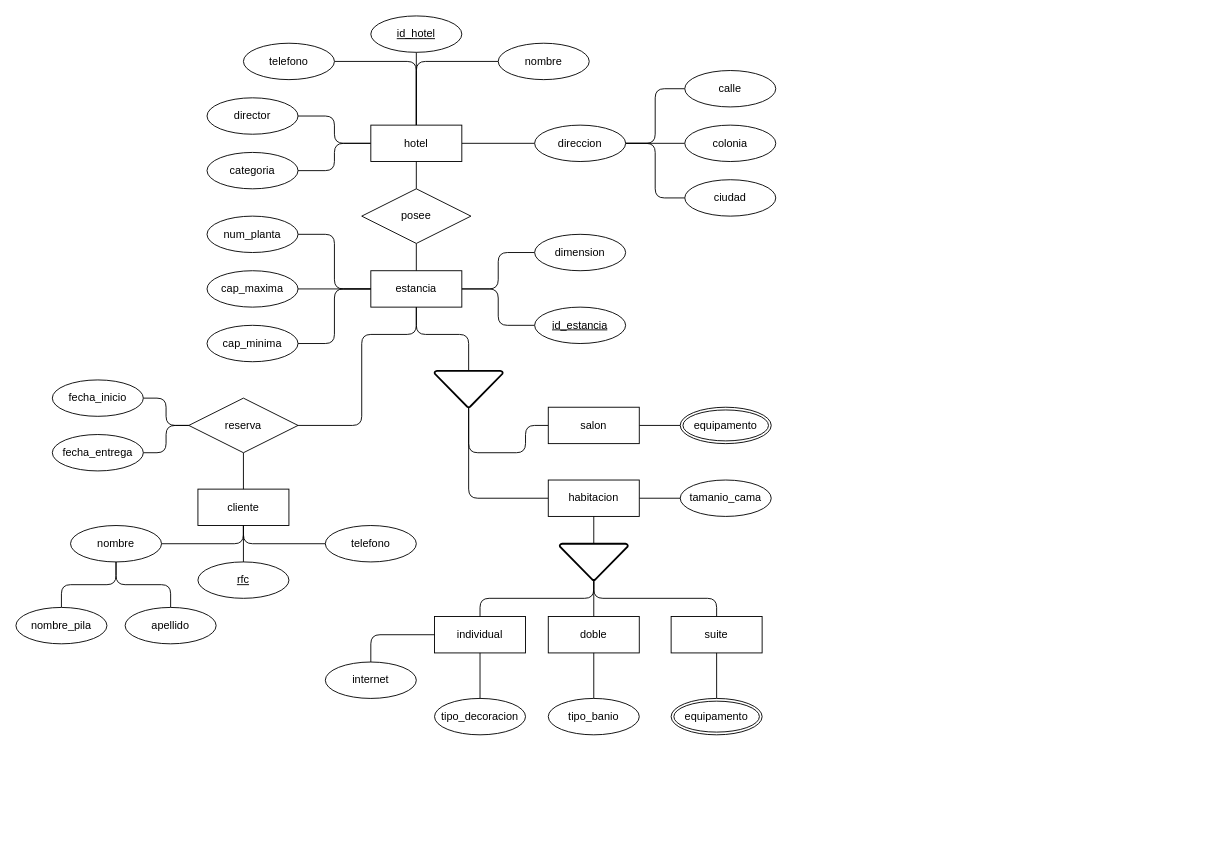
The draw.io diagram Activity-2.8.drawio in xmr-p/DatabaseCharts, before the edit. Source tidied: cells renumbered, new cells numbered last; positions are measured from the earlier drawing's top-left corner, leaving out a move shared by most shapes. Both pictures are drawn from the tidied source at 91%, with x=0, y=0 at pixel (15, 15).
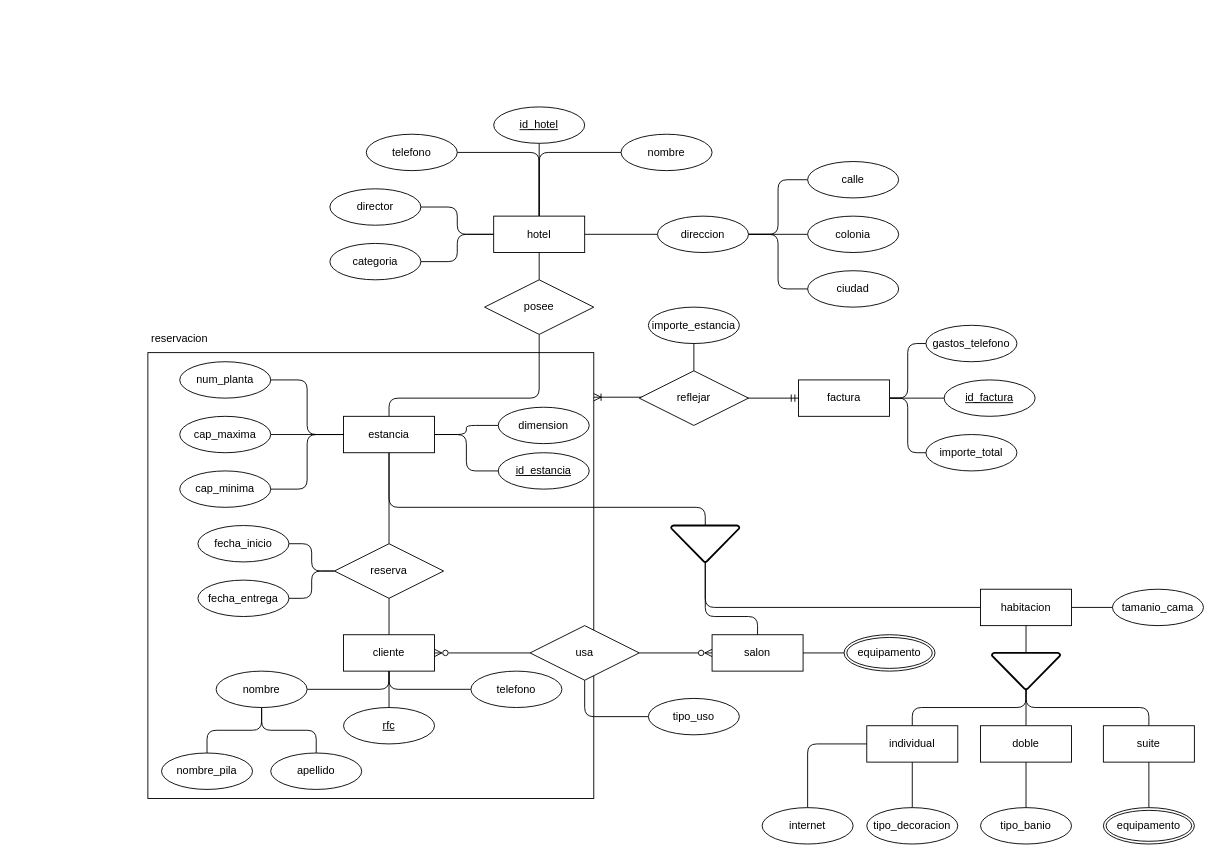
Above is the later version.

The edit, as a diff of the source:
```diff
@@
     <mxCell id="6" style="edgeStyle=orthogonalEdgeStyle;rounded=1;jettySize=auto;html=1;exitX=0.5;exitY=0;exitDx=0;exitDy=0;entryX=0.5;entryY=1;entryDx=0;entryDy=0;endArrow=none;endFill=0;curved=0;" parent="1" edge="1" source="8">
       <mxGeometry relative="1" as="geometry">
-        <mxPoint x="440" y="40" as="targetPoint" />
+        <mxPoint x="575" y="140" as="targetPoint" />
       </mxGeometry>
     </mxCell>
@@
     <mxCell id="8" value="hotel" style="whiteSpace=wrap;html=1;align=center;" parent="1" vertex="1">
-      <mxGeometry x="390" y="120" width="100" height="40" as="geometry" />
+      <mxGeometry x="525" y="220" width="100" height="40" as="geometry" />
     </mxCell>
     <mxCell id="9" value="id_hotel" style="ellipse;whiteSpace=wrap;html=1;align=center;fontStyle=4;" parent="1" vertex="1">
-      <mxGeometry x="390" width="100" height="40" as="geometry" />
+      <mxGeometry x="525" y="100" width="100" height="40" as="geometry" />
     </mxCell>
     <mxCell id="10" value="categoria" style="ellipse;whiteSpace=wrap;html=1;align=center;" parent="1" vertex="1">
-      <mxGeometry x="210" y="150" width="100" height="40" as="geometry" />
+      <mxGeometry x="345" y="250" width="100" height="40" as="geometry" />
     </mxCell>
     <mxCell id="11" value="director" style="ellipse;whiteSpace=wrap;html=1;align=center;" parent="1" vertex="1">
-      <mxGeometry x="210" y="90" width="100" height="40" as="geometry" />
+      <mxGeometry x="345" y="190" width="100" height="40" as="geometry" />
     </mxCell>
@@
     <mxCell id="15" value="direccion" style="ellipse;whiteSpace=wrap;html=1;align=center;" parent="1" vertex="1">
-      <mxGeometry x="570" y="120" width="100" height="40" as="geometry" />
+      <mxGeometry x="705" y="220" width="100" height="40" as="geometry" />
     </mxCell>
     <mxCell id="16" value="nombre" style="ellipse;whiteSpace=wrap;html=1;align=center;" parent="1" vertex="1">
-      <mxGeometry x="530" y="30" width="100" height="40" as="geometry" />
+      <mxGeometry x="665" y="130" width="100" height="40" as="geometry" />
     </mxCell>
     <mxCell id="17" value="telefono" style="ellipse;whiteSpace=wrap;html=1;align=center;" parent="1" vertex="1">
-      <mxGeometry x="250" y="30" width="100" height="40" as="geometry" />
+      <mxGeometry x="385" y="130" width="100" height="40" as="geometry" />
     </mxCell>
     <mxCell id="18" value="ciudad" style="ellipse;whiteSpace=wrap;html=1;align=center;" parent="1" vertex="1">
-      <mxGeometry x="735" y="180" width="100" height="40" as="geometry" />
+      <mxGeometry x="870" y="280" width="100" height="40" as="geometry" />
     </mxCell>
     <mxCell id="19" value="colonia" style="ellipse;whiteSpace=wrap;html=1;align=center;" parent="1" vertex="1">
-      <mxGeometry x="735" y="120" width="100" height="40" as="geometry" />
+      <mxGeometry x="870" y="220" width="100" height="40" as="geometry" />
     </mxCell>
     <mxCell id="20" value="calle" style="ellipse;whiteSpace=wrap;html=1;align=center;" parent="1" vertex="1">
-      <mxGeometry x="735" y="60" width="100" height="40" as="geometry" />
+      <mxGeometry x="870" y="160" width="100" height="40" as="geometry" />
     </mxCell>
@@
+    <mxCell id="79" style="edgeStyle=orthogonalEdgeStyle;rounded=1;jettySize=auto;html=1;exitX=0.5;exitY=1;exitDx=0;exitDy=0;entryX=0.5;entryY=0;entryDx=0;entryDy=0;endArrow=none;endFill=0;curved=0;" parent="1" edge="1" source="23" target="64">
+      <mxGeometry relative="1" as="geometry" />
+    </mxCell>
     <mxCell id="23" value="estancia" style="whiteSpace=wrap;html=1;align=center;" parent="1" vertex="1">
-      <mxGeometry x="390" y="280" width="100" height="40" as="geometry" />
+      <mxGeometry x="360" y="440" width="100" height="40" as="geometry" />
     </mxCell>
@@
     <mxCell id="25" style="edgeStyle=orthogonalEdgeStyle;rounded=1;jettySize=auto;html=1;exitX=0.5;exitY=1;exitDx=0;exitDy=0;entryX=0.5;entryY=0;entryDx=0;entryDy=0;endArrow=none;endFill=0;curved=0;" parent="1" edge="1" source="26" target="23">
-      <mxGeometry relative="1" as="geometry" />
+      <mxGeometry relative="1" as="geometry">
+        <Array as="points">
+          <mxPoint x="575" y="420" />
+          <mxPoint x="410" y="420" />
+        </Array>
+      </mxGeometry>
     </mxCell>
     <mxCell id="26" value="posee" style="shape=rhombus;perimeter=rhombusPerimeter;whiteSpace=wrap;html=1;align=center;" parent="1" vertex="1">
-      <mxGeometry x="380" y="190" width="120" height="60" as="geometry" />
+      <mxGeometry x="515" y="290" width="120" height="60" as="geometry" />
     </mxCell>
     <mxCell id="27" value="id_estancia" style="ellipse;whiteSpace=wrap;html=1;align=center;fontStyle=4;" parent="1" vertex="1">
-      <mxGeometry x="570" y="320" width="100" height="40" as="geometry" />
+      <mxGeometry x="530" y="480" width="100" height="40" as="geometry" />
     </mxCell>
     <mxCell id="28" value="dimension" style="ellipse;whiteSpace=wrap;html=1;align=center;" parent="1" vertex="1">
-      <mxGeometry x="570" y="240" width="100" height="40" as="geometry" />
+      <mxGeometry x="530" y="430" width="100" height="40" as="geometry" />
     </mxCell>
     <mxCell id="29" value="tamanio_cama" style="ellipse;whiteSpace=wrap;html=1;align=center;" parent="1" vertex="1">
-      <mxGeometry x="730" y="510" width="100" height="40" as="geometry" />
+      <mxGeometry x="1205" y="630" width="100" height="40" as="geometry" />
     </mxCell>
@@
     <mxCell id="31" value="num_planta" style="ellipse;whiteSpace=wrap;html=1;align=center;" parent="1" vertex="1">
-      <mxGeometry x="210" y="220" width="100" height="40" as="geometry" />
+      <mxGeometry x="180" y="380" width="100" height="40" as="geometry" />
     </mxCell>
@@
     <mxCell id="33" value="cap_minima" style="ellipse;whiteSpace=wrap;html=1;align=center;" parent="1" vertex="1">
-      <mxGeometry x="210" y="340" width="100" height="40" as="geometry" />
+      <mxGeometry x="180" y="500" width="100" height="40" as="geometry" />
     </mxCell>
@@
     <mxCell id="35" value="cap_maxima" style="ellipse;whiteSpace=wrap;html=1;align=center;" parent="1" vertex="1">
-      <mxGeometry x="210" y="280" width="100" height="40" as="geometry" />
+      <mxGeometry x="180" y="440" width="100" height="40" as="geometry" />
     </mxCell>
@@
-    <mxCell id="37" style="edgeStyle=orthogonalEdgeStyle;rounded=1;jettySize=auto;html=1;exitX=0.5;exitY=1;exitDx=0;exitDy=0;exitPerimeter=0;entryX=0;entryY=0.5;entryDx=0;entryDy=0;curved=0;endArrow=none;endFill=0;" parent="1" edge="1" source="38" target="43">
-      <mxGeometry relative="1" as="geometry">
-        <Array as="points">
-          <mxPoint x="498" y="480" />
-          <mxPoint x="560" y="480" />
-          <mxPoint x="560" y="450" />
-        </Array>
-      </mxGeometry>
-    </mxCell>
     <mxCell id="38" style="strokeWidth=2;html=1;shape=mxgraph.flowchart.merge_or_storage;whiteSpace=wrap;" parent="1" vertex="1">
-      <mxGeometry x="460" y="390" width="75" height="40" as="geometry" />
+      <mxGeometry x="720" y="560" width="75" height="40" as="geometry" />
     </mxCell>
-    <mxCell id="39" style="edgeStyle=orthogonalEdgeStyle;rounded=1;jettySize=auto;html=1;exitX=0.5;exitY=1;exitDx=0;exitDy=0;entryX=0.5;entryY=0;entryDx=0;entryDy=0;entryPerimeter=0;curved=0;endArrow=none;endFill=0;" parent="1" edge="1" source="23" target="38">
-      <mxGeometry relative="1" as="geometry">
-        <Array as="points">
-          <mxPoint x="440" y="350" />
-          <mxPoint x="498" y="350" />
-        </Array>
-      </mxGeometry>
-    </mxCell>
@@
     <mxCell id="41" value="habitacion" style="whiteSpace=wrap;html=1;align=center;" parent="1" vertex="1">
-      <mxGeometry x="585" y="510" width="100" height="40" as="geometry" />
+      <mxGeometry x="1060" y="630" width="100" height="40" as="geometry" />
     </mxCell>
@@
     <mxCell id="43" value="salon" style="whiteSpace=wrap;html=1;align=center;" parent="1" vertex="1">
-      <mxGeometry x="585" y="430" width="100" height="40" as="geometry" />
+      <mxGeometry x="765" y="680" width="100" height="40" as="geometry" />
     </mxCell>
     <mxCell id="44" value="equipamento" style="ellipse;shape=doubleEllipse;margin=3;whiteSpace=wrap;html=1;align=center;" parent="1" vertex="1">
-      <mxGeometry x="730" y="430" width="100" height="40" as="geometry" />
+      <mxGeometry x="910" y="680" width="100" height="40" as="geometry" />
     </mxCell>
@@
     <mxCell id="48" style="strokeWidth=2;html=1;shape=mxgraph.flowchart.merge_or_storage;whiteSpace=wrap;" parent="1" vertex="1">
-      <mxGeometry x="597.5" y="580" width="75" height="40" as="geometry" />
+      <mxGeometry x="1072.5" y="700" width="75" height="40" as="geometry" />
     </mxCell>
     <mxCell id="49" value="individual" style="whiteSpace=wrap;html=1;align=center;" parent="1" vertex="1">
-      <mxGeometry x="460" y="660" width="100" height="40" as="geometry" />
+      <mxGeometry x="935" y="780" width="100" height="40" as="geometry" />
     </mxCell>
     <mxCell id="50" value="suite" style="whiteSpace=wrap;html=1;align=center;" parent="1" vertex="1">
-      <mxGeometry x="720" y="660" width="100" height="40" as="geometry" />
+      <mxGeometry x="1195" y="780" width="100" height="40" as="geometry" />
     </mxCell>
     <mxCell id="51" value="doble" style="whiteSpace=wrap;html=1;align=center;" parent="1" vertex="1">
-      <mxGeometry x="585" y="660" width="100" height="40" as="geometry" />
+      <mxGeometry x="1060" y="780" width="100" height="40" as="geometry" />
     </mxCell>
@@
     <mxCell id="54" value="equipamento" style="ellipse;shape=doubleEllipse;margin=3;whiteSpace=wrap;html=1;align=center;" parent="1" vertex="1">
-      <mxGeometry x="720" y="750" width="100" height="40" as="geometry" />
+      <mxGeometry x="1195" y="870" width="100" height="40" as="geometry" />
     </mxCell>
@@
     <mxCell id="56" value="internet" style="ellipse;whiteSpace=wrap;html=1;align=center;" parent="1" vertex="1">
-      <mxGeometry x="340" y="710" width="100" height="40" as="geometry" />
+      <mxGeometry x="820" y="870" width="100" height="40" as="geometry" />
     </mxCell>
@@
     <mxCell id="58" value="tipo_decoracion" style="ellipse;whiteSpace=wrap;html=1;align=center;" parent="1" vertex="1">
-      <mxGeometry x="460" y="750" width="100" height="40" as="geometry" />
+      <mxGeometry x="935" y="870" width="100" height="40" as="geometry" />
     </mxCell>
@@
     <mxCell id="60" value="tipo_banio" style="ellipse;whiteSpace=wrap;html=1;align=center;" parent="1" vertex="1">
-      <mxGeometry x="585" y="750" width="100" height="40" as="geometry" />
+      <mxGeometry x="1060" y="870" width="100" height="40" as="geometry" />
     </mxCell>
     <mxCell id="61" value="cliente" style="whiteSpace=wrap;html=1;align=center;" parent="1" vertex="1">
-      <mxGeometry x="200" y="520" width="100" height="40" as="geometry" />
+      <mxGeometry x="360" y="680" width="100" height="40" as="geometry" />
     </mxCell>
-    <mxCell id="62" style="edgeStyle=orthogonalEdgeStyle;rounded=1;jettySize=auto;html=1;exitX=1;exitY=0.5;exitDx=0;exitDy=0;entryX=0.5;entryY=1;entryDx=0;entryDy=0;curved=0;endArrow=none;endFill=0;" parent="1" edge="1" source="64" target="23">
-      <mxGeometry relative="1" as="geometry">
-        <Array as="points">
-          <mxPoint x="380" y="450" />
-          <mxPoint x="380" y="350" />
-          <mxPoint x="440" y="350" />
-        </Array>
-      </mxGeometry>
-    </mxCell>
@@
     <mxCell id="64" value="reserva" style="shape=rhombus;perimeter=rhombusPerimeter;whiteSpace=wrap;html=1;align=center;" parent="1" vertex="1">
-      <mxGeometry x="190" y="420" width="120" height="60" as="geometry" />
+      <mxGeometry x="350" y="580" width="120" height="60" as="geometry" />
     </mxCell>
@@
     <mxCell id="66" value="fecha_entrega" style="ellipse;whiteSpace=wrap;html=1;align=center;" parent="1" vertex="1">
-      <mxGeometry x="40" y="460" width="100" height="40" as="geometry" />
+      <mxGeometry x="200" y="620" width="100" height="40" as="geometry" />
     </mxCell>
@@
     <mxCell id="68" value="fecha_inicio" style="ellipse;whiteSpace=wrap;html=1;align=center;" parent="1" vertex="1">
-      <mxGeometry x="40" y="400" width="100" height="40" as="geometry" />
+      <mxGeometry x="200" y="560" width="100" height="40" as="geometry" />
     </mxCell>
@@
     <mxCell id="70" value="rfc" style="ellipse;whiteSpace=wrap;html=1;align=center;fontStyle=4;" parent="1" vertex="1">
-      <mxGeometry x="200" y="600" width="100" height="40" as="geometry" />
+      <mxGeometry x="360" y="760" width="100" height="40" as="geometry" />
     </mxCell>
@@
     <mxCell id="72" value="telefono" style="ellipse;whiteSpace=wrap;html=1;align=center;" parent="1" vertex="1">
-      <mxGeometry x="340" y="560" width="100" height="40" as="geometry" />
+      <mxGeometry x="500" y="720" width="100" height="40" as="geometry" />
     </mxCell>
@@
     <mxCell id="76" value="nombre" style="ellipse;whiteSpace=wrap;html=1;align=center;" parent="1" vertex="1">
-      <mxGeometry x="60" y="560" width="100" height="40" as="geometry" />
+      <mxGeometry x="220" y="720" width="100" height="40" as="geometry" />
     </mxCell>
     <mxCell id="77" value="apellido" style="ellipse;whiteSpace=wrap;html=1;align=center;" parent="1" vertex="1">
-      <mxGeometry x="120" y="650" width="100" height="40" as="geometry" />
+      <mxGeometry x="280" y="810" width="100" height="40" as="geometry" />
     </mxCell>
     <mxCell id="78" value="nombre_pila" style="ellipse;whiteSpace=wrap;html=1;align=center;" parent="1" vertex="1">
-      <mxGeometry y="650" width="100" height="40" as="geometry" />
+      <mxGeometry x="160" y="810" width="100" height="40" as="geometry" />
     </mxCell>
+    <mxCell id="39" style="edgeStyle=orthogonalEdgeStyle;rounded=1;jettySize=auto;html=1;exitX=0.5;exitY=1;exitDx=0;exitDy=0;entryX=0.5;entryY=0;entryDx=0;entryDy=0;entryPerimeter=0;curved=0;endArrow=none;endFill=0;" parent="1" edge="1" source="23" target="38">
+      <mxGeometry relative="1" as="geometry">
+        <Array as="points">
+          <mxPoint x="410" y="540" />
+          <mxPoint x="758" y="540" />
+        </Array>
+      </mxGeometry>
+    </mxCell>
+    <mxCell id="80" style="rounded=0;whiteSpace=wrap;html=1;fillColor=none;glass=1;" parent="1" vertex="1">
+      <mxGeometry x="145" y="370" width="490" height="490" as="geometry" />
+    </mxCell>
+    <mxCell id="81" style="edgeStyle=orthogonalEdgeStyle;rounded=1;jettySize=auto;html=1;exitX=1;exitY=0.5;exitDx=0;exitDy=0;entryX=0;entryY=0.5;entryDx=0;entryDy=0;curved=0;endArrow=none;endFill=0;" parent="1" edge="1" source="84" target="88">
+      <mxGeometry relative="1" as="geometry" />
+    </mxCell>
+    <mxCell id="82" style="edgeStyle=orthogonalEdgeStyle;rounded=1;jettySize=auto;html=1;exitX=1;exitY=0.5;exitDx=0;exitDy=0;entryX=0;entryY=0.5;entryDx=0;entryDy=0;curved=0;endArrow=none;endFill=0;" parent="1" edge="1" source="84" target="89">
+      <mxGeometry relative="1" as="geometry" />
+    </mxCell>
+    <mxCell id="83" style="edgeStyle=orthogonalEdgeStyle;rounded=1;jettySize=auto;html=1;exitX=1;exitY=0.5;exitDx=0;exitDy=0;entryX=0;entryY=0.5;entryDx=0;entryDy=0;curved=0;endArrow=none;endFill=0;" parent="1" edge="1" source="84" target="90">
+      <mxGeometry relative="1" as="geometry" />
+    </mxCell>
+    <mxCell id="84" value="factura" style="whiteSpace=wrap;html=1;align=center;" parent="1" vertex="1">
+      <mxGeometry x="860" y="400" width="100" height="40" as="geometry" />
+    </mxCell>
+    <mxCell id="85" style="edgeStyle=orthogonalEdgeStyle;rounded=0;jettySize=auto;html=1;exitX=0;exitY=0.5;exitDx=0;exitDy=0;entryX=1;entryY=0.1;entryDx=0;entryDy=0;entryPerimeter=0;endArrow=ERoneToMany;endFill=0;startArrow=ERmandOne;startFill=0;" parent="1" edge="1" source="84" target="80">
+      <mxGeometry relative="1" as="geometry" />
+    </mxCell>
+    <mxCell id="86" style="edgeStyle=orthogonalEdgeStyle;rounded=1;jettySize=auto;html=1;exitX=0.5;exitY=0;exitDx=0;exitDy=0;entryX=0.5;entryY=1;entryDx=0;entryDy=0;endArrow=none;endFill=0;curved=0;" parent="1" edge="1" source="87" target="92">
+      <mxGeometry relative="1" as="geometry" />
+    </mxCell>
+    <mxCell id="87" value="reflejar" style="shape=rhombus;perimeter=rhombusPerimeter;whiteSpace=wrap;html=1;align=center;" parent="1" vertex="1">
+      <mxGeometry x="685" y="390" width="120" height="60" as="geometry" />
+    </mxCell>
+    <mxCell id="88" value="id_factura" style="ellipse;whiteSpace=wrap;html=1;align=center;fontStyle=4;" parent="1" vertex="1">
+      <mxGeometry x="1020" y="400" width="100" height="40" as="geometry" />
+    </mxCell>
+    <mxCell id="89" value="importe_total" style="ellipse;whiteSpace=wrap;html=1;align=center;" parent="1" vertex="1">
+      <mxGeometry x="1000" y="460" width="100" height="40" as="geometry" />
+    </mxCell>
+    <mxCell id="90" value="gastos_telefono" style="ellipse;whiteSpace=wrap;html=1;align=center;" parent="1" vertex="1">
+      <mxGeometry x="1000" y="340" width="100" height="40" as="geometry" />
+    </mxCell>
+    <mxCell id="91" value="reservacion" style="text;html=1;align=center;verticalAlign=middle;whiteSpace=wrap;rounded=0;" parent="1" vertex="1">
+      <mxGeometry x="150" y="340" width="60" height="30" as="geometry" />
+    </mxCell>
+    <mxCell id="92" value="importe_estancia" style="ellipse;whiteSpace=wrap;html=1;align=center;" parent="1" vertex="1">
+      <mxGeometry x="695" y="320" width="100" height="40" as="geometry" />
+    </mxCell>
+    <mxCell id="93" style="edgeStyle=orthogonalEdgeStyle;rounded=1;jettySize=auto;html=1;exitX=1;exitY=0.5;exitDx=0;exitDy=0;entryX=0;entryY=0.5;entryDx=0;entryDy=0;curved=0;endArrow=ERzeroToMany;endFill=0;" parent="1" edge="1" source="95" target="43">
+      <mxGeometry relative="1" as="geometry" />
+    </mxCell>
+    <mxCell id="94" style="edgeStyle=orthogonalEdgeStyle;rounded=1;jettySize=auto;html=1;exitX=0;exitY=0.5;exitDx=0;exitDy=0;entryX=1;entryY=0.5;entryDx=0;entryDy=0;endArrow=ERzeroToMany;endFill=0;curved=0;" parent="1" edge="1" source="95" target="61">
+      <mxGeometry relative="1" as="geometry" />
+    </mxCell>
+    <mxCell id="95" value="usa" style="shape=rhombus;perimeter=rhombusPerimeter;whiteSpace=wrap;html=1;align=center;" parent="1" vertex="1">
+      <mxGeometry x="565" y="670" width="120" height="60" as="geometry" />
+    </mxCell>
+    <mxCell id="96" style="edgeStyle=orthogonalEdgeStyle;rounded=1;jettySize=auto;html=1;exitX=0;exitY=0.5;exitDx=0;exitDy=0;entryX=0.5;entryY=1;entryDx=0;entryDy=0;curved=0;endArrow=none;endFill=0;" parent="1" edge="1" source="97" target="95">
+      <mxGeometry relative="1" as="geometry" />
+    </mxCell>
+    <mxCell id="97" value="tipo_uso" style="ellipse;whiteSpace=wrap;html=1;align=center;" parent="1" vertex="1">
+      <mxGeometry x="695" y="750" width="100" height="40" as="geometry" />
+    </mxCell>
+    <mxCell id="37" style="edgeStyle=orthogonalEdgeStyle;rounded=1;jettySize=auto;html=1;exitX=0.5;exitY=1;exitDx=0;exitDy=0;exitPerimeter=0;entryX=0.5;entryY=0;entryDx=0;entryDy=0;curved=0;endArrow=none;endFill=0;" parent="1" edge="1" source="38" target="43">
+      <mxGeometry relative="1" as="geometry">
+        <Array as="points">
+          <mxPoint x="758" y="660" />
+          <mxPoint x="815" y="660" />
+        </Array>
+      </mxGeometry>
+    </mxCell>
```
